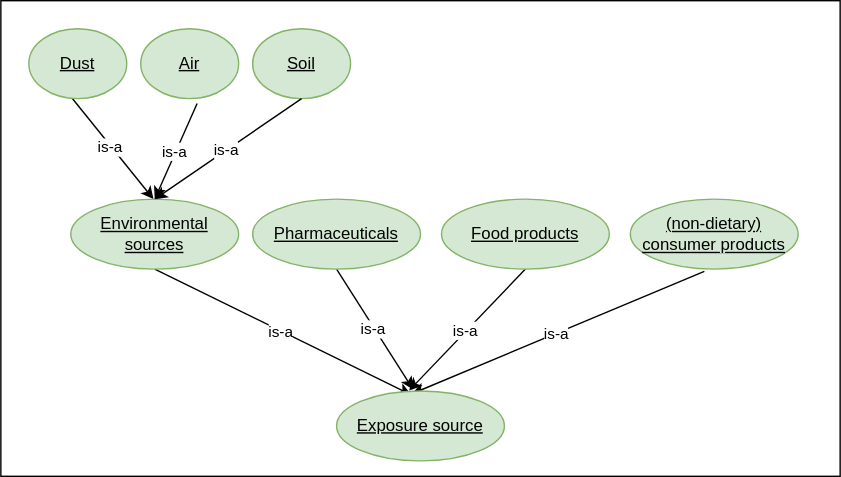
Before: diagrams/sub-group-exposure-source.drawio.svg, a diagram exported from draw.io (eu-parc/aggregate-exposure-modelling). Source tidied: cells renumbered, new cells last; positions are measured from the earlier drawing's top-left corner, leaving out a move shared by most shapes. Its diagram source:
```xml
<mxGraphModel>
  <root>
    <mxCell id="0" />
    <mxCell id="1" parent="0" />
    <mxCell id="2" style="rounded=0;whiteSpace=wrap;html=1;" parent="1" vertex="1">
      <mxGeometry width="600" height="340" as="geometry" />
    </mxCell>
    <mxCell id="3" style="endArrow=classic;html=1;rounded=0;entryX=0.45;entryY=0.039;entryDx=0;entryDy=0;exitX=0.441;exitY=1.033;exitDx=0;exitDy=0;exitPerimeter=0;entryPerimeter=0;" parent="1" edge="1" source="14" target="13">
      <mxGeometry relative="1" as="geometry" />
    </mxCell>
    <mxCell id="4" value="is-a" style="edgeLabel;html=1;align=center;verticalAlign=middle;" parent="3" vertex="1">
      <mxGeometry relative="1" as="geometry">
        <mxPoint x="-2" as="offset" />
      </mxGeometry>
    </mxCell>
    <mxCell id="5" style="endArrow=classic;html=1;rounded=0;exitX=0.5;exitY=1;exitDx=0;exitDy=0;entryX=0.432;entryY=-0.006;entryDx=0;entryDy=0;entryPerimeter=0;" parent="1" edge="1" source="15" target="13">
      <mxGeometry relative="1" as="geometry" />
    </mxCell>
    <mxCell id="6" value="is-a" style="edgeLabel;html=1;align=center;verticalAlign=middle;" parent="5" vertex="1">
      <mxGeometry relative="1" as="geometry">
        <mxPoint x="-2" as="offset" />
      </mxGeometry>
    </mxCell>
    <mxCell id="7" style="endArrow=classic;html=1;rounded=0;entryX=0.456;entryY=-0.021;entryDx=0;entryDy=0;exitX=0.5;exitY=1;exitDx=0;exitDy=0;entryPerimeter=0;" parent="1" edge="1" source="16" target="13">
      <mxGeometry relative="1" as="geometry" />
    </mxCell>
    <mxCell id="8" value="is-a" style="edgeLabel;html=1;align=center;verticalAlign=middle;" parent="7" vertex="1">
      <mxGeometry relative="1" as="geometry">
        <mxPoint x="-2" as="offset" />
      </mxGeometry>
    </mxCell>
    <mxCell id="9" style="endArrow=classic;html=1;rounded=0;entryX=0.444;entryY=0.053;entryDx=0;entryDy=0;entryPerimeter=0;exitX=0.5;exitY=1;exitDx=0;exitDy=0;" parent="1" edge="1" source="17" target="13">
      <mxGeometry relative="1" as="geometry" />
    </mxCell>
    <mxCell id="10" value="is-a" style="edgeLabel;html=1;align=center;verticalAlign=middle;" parent="9" vertex="1">
      <mxGeometry relative="1" as="geometry">
        <mxPoint x="-2" as="offset" />
      </mxGeometry>
    </mxCell>
    <mxCell id="11" style="endArrow=classic;html=1;rounded=0;exitX=0.426;exitY=0.967;exitDx=0;exitDy=0;exitPerimeter=0;" parent="1" edge="1" source="18">
      <mxGeometry relative="1" as="geometry">
        <mxPoint x="109.1" y="141.9" as="targetPoint" />
      </mxGeometry>
    </mxCell>
    <mxCell id="12" value="is-a" style="edgeLabel;html=1;align=center;verticalAlign=middle;" parent="11" vertex="1">
      <mxGeometry relative="1" as="geometry">
        <mxPoint x="-2" as="offset" />
      </mxGeometry>
    </mxCell>
    <mxCell id="13" value="Exposure source" style="ellipse;whiteSpace=wrap;html=1;fillColor=#d5e8d4;strokeColor=#82b366;fontStyle=4;fontColor=#000000;" parent="1" vertex="1">
      <mxGeometry x="240" y="279" width="120" height="50" as="geometry" />
    </mxCell>
    <mxCell id="14" value="(non-dietary) consumer products" style="ellipse;whiteSpace=wrap;html=1;fillColor=#d5e8d4;strokeColor=#82b366;fontStyle=4;fontColor=#000000;" parent="1" vertex="1">
      <mxGeometry x="450" y="141.9" width="120" height="50" as="geometry" />
    </mxCell>
    <mxCell id="15" value="Food products" style="ellipse;whiteSpace=wrap;html=1;fillColor=#d5e8d4;strokeColor=#82b366;fontStyle=4;fontColor=#000000;" parent="1" vertex="1">
      <mxGeometry x="315" y="141.9" width="120" height="50" as="geometry" />
    </mxCell>
    <mxCell id="16" value="Pharmaceuticals" style="ellipse;whiteSpace=wrap;html=1;fillColor=#d5e8d4;strokeColor=#82b366;fontStyle=4;fontColor=#000000;" parent="1" vertex="1">
      <mxGeometry x="180" y="141.9" width="120" height="50" as="geometry" />
    </mxCell>
    <mxCell id="17" value="Environmental sources" style="ellipse;whiteSpace=wrap;html=1;fillColor=#d5e8d4;strokeColor=#82b366;fontStyle=4;fontColor=#000000;" parent="1" vertex="1">
      <mxGeometry x="50" y="141.9" width="120" height="50" as="geometry" />
    </mxCell>
    <mxCell id="18" value="Dust" style="ellipse;whiteSpace=wrap;html=1;fillColor=#d5e8d4;strokeColor=#82b366;fontStyle=4;fontColor=#000000;" parent="1" vertex="1">
      <mxGeometry x="20" y="20" width="70" height="50" as="geometry" />
    </mxCell>
    <mxCell id="19" value="Air" style="ellipse;whiteSpace=wrap;html=1;fillColor=#d5e8d4;strokeColor=#82b366;fontStyle=4;fontColor=#000000;" parent="1" vertex="1">
      <mxGeometry x="100" y="20" width="70" height="50" as="geometry" />
    </mxCell>
    <mxCell id="20" style="endArrow=classic;html=1;rounded=0;exitX=0.576;exitY=1.07;exitDx=0;exitDy=0;exitPerimeter=0;entryX=0.5;entryY=0;entryDx=0;entryDy=0;" parent="1" edge="1" source="19" target="17">
      <mxGeometry relative="1" as="geometry" />
    </mxCell>
    <mxCell id="21" value="is-a" style="edgeLabel;html=1;align=center;verticalAlign=middle;" parent="20" vertex="1">
      <mxGeometry relative="1" as="geometry">
        <mxPoint x="-2" as="offset" />
      </mxGeometry>
    </mxCell>
    <mxCell id="22" value="Soil" style="ellipse;whiteSpace=wrap;html=1;fillColor=#d5e8d4;strokeColor=#82b366;fontStyle=4;fontColor=#000000;" parent="1" vertex="1">
      <mxGeometry x="180" y="20" width="70" height="50" as="geometry" />
    </mxCell>
    <mxCell id="23" style="endArrow=classic;html=1;rounded=0;entryX=0.5;entryY=0;entryDx=0;entryDy=0;exitX=0.5;exitY=1;exitDx=0;exitDy=0;" parent="1" edge="1" source="22" target="17">
      <mxGeometry relative="1" as="geometry" />
    </mxCell>
    <mxCell id="24" value="is-a" style="edgeLabel;html=1;align=center;verticalAlign=middle;" parent="23" vertex="1">
      <mxGeometry relative="1" as="geometry">
        <mxPoint x="-2" as="offset" />
      </mxGeometry>
    </mxCell>
  </root>
</mxGraphModel>
```
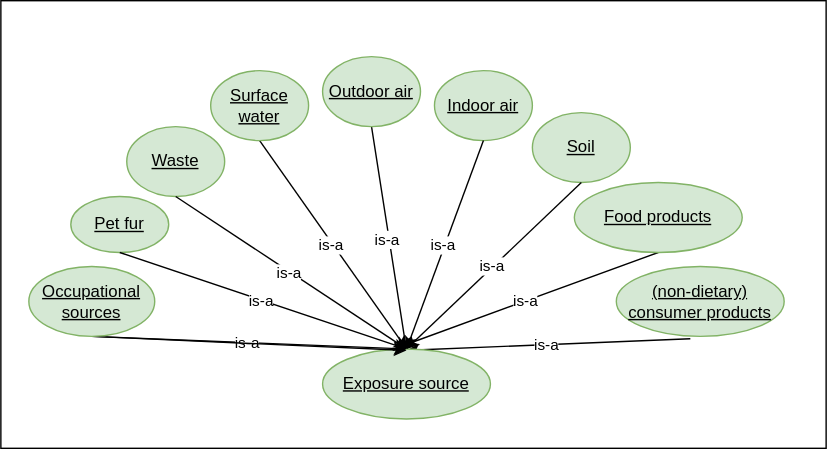
Later version of the same file.

The edit, as a diff of the source:
```diff
@@ -3,10 +3,12 @@
     <mxCell id="0" />
     <mxCell id="1" parent="0" />
     <mxCell id="2" style="rounded=0;whiteSpace=wrap;html=1;" parent="1" vertex="1">
-      <mxGeometry width="600" height="340" as="geometry" />
+      <mxGeometry x="10" y="30" width="590" height="320" as="geometry" />
     </mxCell>
-    <mxCell id="3" style="endArrow=classic;html=1;rounded=0;entryX=0.45;entryY=0.039;entryDx=0;entryDy=0;exitX=0.441;exitY=1.033;exitDx=0;exitDy=0;exitPerimeter=0;entryPerimeter=0;" parent="1" edge="1" source="14" target="13">
-      <mxGeometry relative="1" as="geometry" />
+    <mxCell id="3" style="endArrow=classic;html=1;rounded=0;exitX=0.441;exitY=1.033;exitDx=0;exitDy=0;exitPerimeter=0;" parent="1" edge="1" source="14">
+      <mxGeometry relative="1" as="geometry">
+        <mxPoint x="300" y="280" as="targetPoint" />
+      </mxGeometry>
     </mxCell>
     <mxCell id="4" value="is-a" style="edgeLabel;html=1;align=center;verticalAlign=middle;" parent="3" vertex="1">
       <mxGeometry relative="1" as="geometry">
@@ -21,15 +23,7 @@
         <mxPoint x="-2" as="offset" />
       </mxGeometry>
     </mxCell>
-    <mxCell id="7" style="endArrow=classic;html=1;rounded=0;entryX=0.456;entryY=-0.021;entryDx=0;entryDy=0;exitX=0.5;exitY=1;exitDx=0;exitDy=0;entryPerimeter=0;" parent="1" edge="1" source="16" target="13">
-      <mxGeometry relative="1" as="geometry" />
-    </mxCell>
-    <mxCell id="8" value="is-a" style="edgeLabel;html=1;align=center;verticalAlign=middle;" parent="7" vertex="1">
-      <mxGeometry relative="1" as="geometry">
-        <mxPoint x="-2" as="offset" />
-      </mxGeometry>
-    </mxCell>
-    <mxCell id="9" style="endArrow=classic;html=1;rounded=0;entryX=0.444;entryY=0.053;entryDx=0;entryDy=0;entryPerimeter=0;exitX=0.5;exitY=1;exitDx=0;exitDy=0;" parent="1" edge="1" source="17" target="13">
+    <mxCell id="9" style="endArrow=classic;html=1;rounded=0;entryX=0.5;entryY=0;entryDx=0;entryDy=0;exitX=0.5;exitY=1;exitDx=0;exitDy=0;" parent="1" edge="1" source="25" target="13">
       <mxGeometry relative="1" as="geometry" />
     </mxCell>
     <mxCell id="10" value="is-a" style="edgeLabel;html=1;align=center;verticalAlign=middle;" parent="9" vertex="1">
@@ -37,9 +31,9 @@
         <mxPoint x="-2" as="offset" />
       </mxGeometry>
     </mxCell>
-    <mxCell id="11" style="endArrow=classic;html=1;rounded=0;exitX=0.426;exitY=0.967;exitDx=0;exitDy=0;exitPerimeter=0;" parent="1" edge="1" source="18">
+    <mxCell id="11" style="endArrow=classic;html=1;rounded=0;exitX=0.5;exitY=1;exitDx=0;exitDy=0;" parent="1" edge="1" source="18">
       <mxGeometry relative="1" as="geometry">
-        <mxPoint x="109.1" y="141.9" as="targetPoint" />
+        <mxPoint x="300" y="280" as="targetPoint" />
       </mxGeometry>
     </mxCell>
     <mxCell id="12" value="is-a" style="edgeLabel;html=1;align=center;verticalAlign=middle;" parent="11" vertex="1">
@@ -51,24 +45,18 @@
       <mxGeometry x="240" y="279" width="120" height="50" as="geometry" />
     </mxCell>
     <mxCell id="14" value="(non-dietary) consumer products" style="ellipse;whiteSpace=wrap;html=1;fillColor=#d5e8d4;strokeColor=#82b366;fontStyle=4;fontColor=#000000;" parent="1" vertex="1">
-      <mxGeometry x="450" y="141.9" width="120" height="50" as="geometry" />
+      <mxGeometry x="450" y="220" width="120" height="50" as="geometry" />
     </mxCell>
     <mxCell id="15" value="Food products" style="ellipse;whiteSpace=wrap;html=1;fillColor=#d5e8d4;strokeColor=#82b366;fontStyle=4;fontColor=#000000;" parent="1" vertex="1">
-      <mxGeometry x="315" y="141.9" width="120" height="50" as="geometry" />
+      <mxGeometry x="420" y="160" width="120" height="50" as="geometry" />
     </mxCell>
-    <mxCell id="16" value="Pharmaceuticals" style="ellipse;whiteSpace=wrap;html=1;fillColor=#d5e8d4;strokeColor=#82b366;fontStyle=4;fontColor=#000000;" parent="1" vertex="1">
-      <mxGeometry x="180" y="141.9" width="120" height="50" as="geometry" />
-    </mxCell>
-    <mxCell id="17" value="Environmental sources" style="ellipse;whiteSpace=wrap;html=1;fillColor=#d5e8d4;strokeColor=#82b366;fontStyle=4;fontColor=#000000;" parent="1" vertex="1">
-      <mxGeometry x="50" y="141.9" width="120" height="50" as="geometry" />
-    </mxCell>
-    <mxCell id="18" value="Dust" style="ellipse;whiteSpace=wrap;html=1;fillColor=#d5e8d4;strokeColor=#82b366;fontStyle=4;fontColor=#000000;" parent="1" vertex="1">
-      <mxGeometry x="20" y="20" width="70" height="50" as="geometry" />
+    <mxCell id="18" value="Outdoor air" style="ellipse;whiteSpace=wrap;html=1;fillColor=#d5e8d4;strokeColor=#82b366;fontStyle=4;fontColor=#000000;" parent="1" vertex="1">
+      <mxGeometry x="240" y="70" width="70" height="50" as="geometry" />
     </mxCell>
-    <mxCell id="19" value="Air" style="ellipse;whiteSpace=wrap;html=1;fillColor=#d5e8d4;strokeColor=#82b366;fontStyle=4;fontColor=#000000;" parent="1" vertex="1">
-      <mxGeometry x="100" y="20" width="70" height="50" as="geometry" />
+    <mxCell id="19" value="Indoor air" style="ellipse;whiteSpace=wrap;html=1;fillColor=#d5e8d4;strokeColor=#82b366;fontStyle=4;fontColor=#000000;" parent="1" vertex="1">
+      <mxGeometry x="320" y="80" width="70" height="50" as="geometry" />
     </mxCell>
-    <mxCell id="20" style="endArrow=classic;html=1;rounded=0;exitX=0.576;exitY=1.07;exitDx=0;exitDy=0;exitPerimeter=0;entryX=0.5;entryY=0;entryDx=0;entryDy=0;" parent="1" edge="1" source="19" target="17">
+    <mxCell id="20" style="endArrow=classic;html=1;rounded=0;entryX=0.5;entryY=0;entryDx=0;entryDy=0;exitX=0.5;exitY=1;exitDx=0;exitDy=0;" parent="1" edge="1" source="19" target="13">
       <mxGeometry relative="1" as="geometry" />
     </mxCell>
     <mxCell id="21" value="is-a" style="edgeLabel;html=1;align=center;verticalAlign=middle;" parent="20" vertex="1">
@@ -77,9 +65,9 @@
       </mxGeometry>
     </mxCell>
     <mxCell id="22" value="Soil" style="ellipse;whiteSpace=wrap;html=1;fillColor=#d5e8d4;strokeColor=#82b366;fontStyle=4;fontColor=#000000;" parent="1" vertex="1">
-      <mxGeometry x="180" y="20" width="70" height="50" as="geometry" />
+      <mxGeometry x="390" y="110" width="70" height="50" as="geometry" />
     </mxCell>
-    <mxCell id="23" style="endArrow=classic;html=1;rounded=0;entryX=0.5;entryY=0;entryDx=0;entryDy=0;exitX=0.5;exitY=1;exitDx=0;exitDy=0;" parent="1" edge="1" source="22" target="17">
+    <mxCell id="23" style="endArrow=classic;html=1;rounded=0;entryX=0.5;entryY=0;entryDx=0;entryDy=0;exitX=0.5;exitY=1;exitDx=0;exitDy=0;" parent="1" edge="1" source="22" target="13">
       <mxGeometry relative="1" as="geometry" />
     </mxCell>
     <mxCell id="24" value="is-a" style="edgeLabel;html=1;align=center;verticalAlign=middle;" parent="23" vertex="1">
@@ -87,5 +75,46 @@
         <mxPoint x="-2" as="offset" />
       </mxGeometry>
     </mxCell>
+    <mxCell id="25" value="Surface water" style="ellipse;whiteSpace=wrap;html=1;fillColor=#d5e8d4;strokeColor=#82b366;fontStyle=4;fontColor=#000000;" parent="1" vertex="1">
+      <mxGeometry x="160" y="80" width="70" height="50" as="geometry" />
+    </mxCell>
+    <mxCell id="26" value="Waste" style="ellipse;whiteSpace=wrap;html=1;fillColor=#d5e8d4;strokeColor=#82b366;fontStyle=4;fontColor=#000000;" parent="1" vertex="1">
+      <mxGeometry x="100" y="120" width="70" height="50" as="geometry" />
+    </mxCell>
+    <mxCell id="27" style="endArrow=classic;html=1;rounded=0;exitX=0.5;exitY=1;exitDx=0;exitDy=0;entryX=0.5;entryY=0;entryDx=0;entryDy=0;" parent="1" edge="1" source="35" target="13">
+      <mxGeometry relative="1" as="geometry" />
+    </mxCell>
+    <mxCell id="28" value="is-a" style="edgeLabel;html=1;align=center;verticalAlign=middle;" parent="27" vertex="1">
+      <mxGeometry relative="1" as="geometry">
+        <mxPoint x="-2" as="offset" />
+      </mxGeometry>
+    </mxCell>
+    <mxCell id="29" style="endArrow=classic;html=1;rounded=0;exitX=0.5;exitY=1;exitDx=0;exitDy=0;" parent="1" edge="1" source="35">
+      <mxGeometry relative="1" as="geometry">
+        <mxPoint x="300" y="280" as="targetPoint" />
+      </mxGeometry>
+    </mxCell>
+    <mxCell id="30" value="Pet fur" style="ellipse;whiteSpace=wrap;html=1;fillColor=#d5e8d4;strokeColor=#82b366;fontStyle=4;fontColor=#000000;" parent="1" vertex="1">
+      <mxGeometry x="60" y="170" width="70" height="40" as="geometry" />
+    </mxCell>
+    <mxCell id="31" style="endArrow=classic;html=1;rounded=0;exitX=0.5;exitY=1;exitDx=0;exitDy=0;entryX=0.5;entryY=0;entryDx=0;entryDy=0;" parent="1" edge="1" source="30" target="13">
+      <mxGeometry relative="1" as="geometry" />
+    </mxCell>
+    <mxCell id="32" value="is-a" style="edgeLabel;html=1;align=center;verticalAlign=middle;" parent="31" vertex="1">
+      <mxGeometry relative="1" as="geometry">
+        <mxPoint x="-2" as="offset" />
+      </mxGeometry>
+    </mxCell>
+    <mxCell id="33" style="endArrow=classic;html=1;rounded=0;exitX=0.5;exitY=1;exitDx=0;exitDy=0;entryX=0.5;entryY=0;entryDx=0;entryDy=0;" parent="1" edge="1" source="26" target="13">
+      <mxGeometry relative="1" as="geometry" />
+    </mxCell>
+    <mxCell id="34" value="is-a" style="edgeLabel;html=1;align=center;verticalAlign=middle;" parent="33" vertex="1">
+      <mxGeometry relative="1" as="geometry">
+        <mxPoint x="-2" as="offset" />
+      </mxGeometry>
+    </mxCell>
+    <mxCell id="35" value="Occupational sources" style="ellipse;whiteSpace=wrap;html=1;fillColor=#d5e8d4;strokeColor=#82b366;fontStyle=4;fontColor=#000000;" parent="1" vertex="1">
+      <mxGeometry x="30" y="220" width="90" height="50" as="geometry" />
+    </mxCell>
   </root>
 </mxGraphModel>
```
